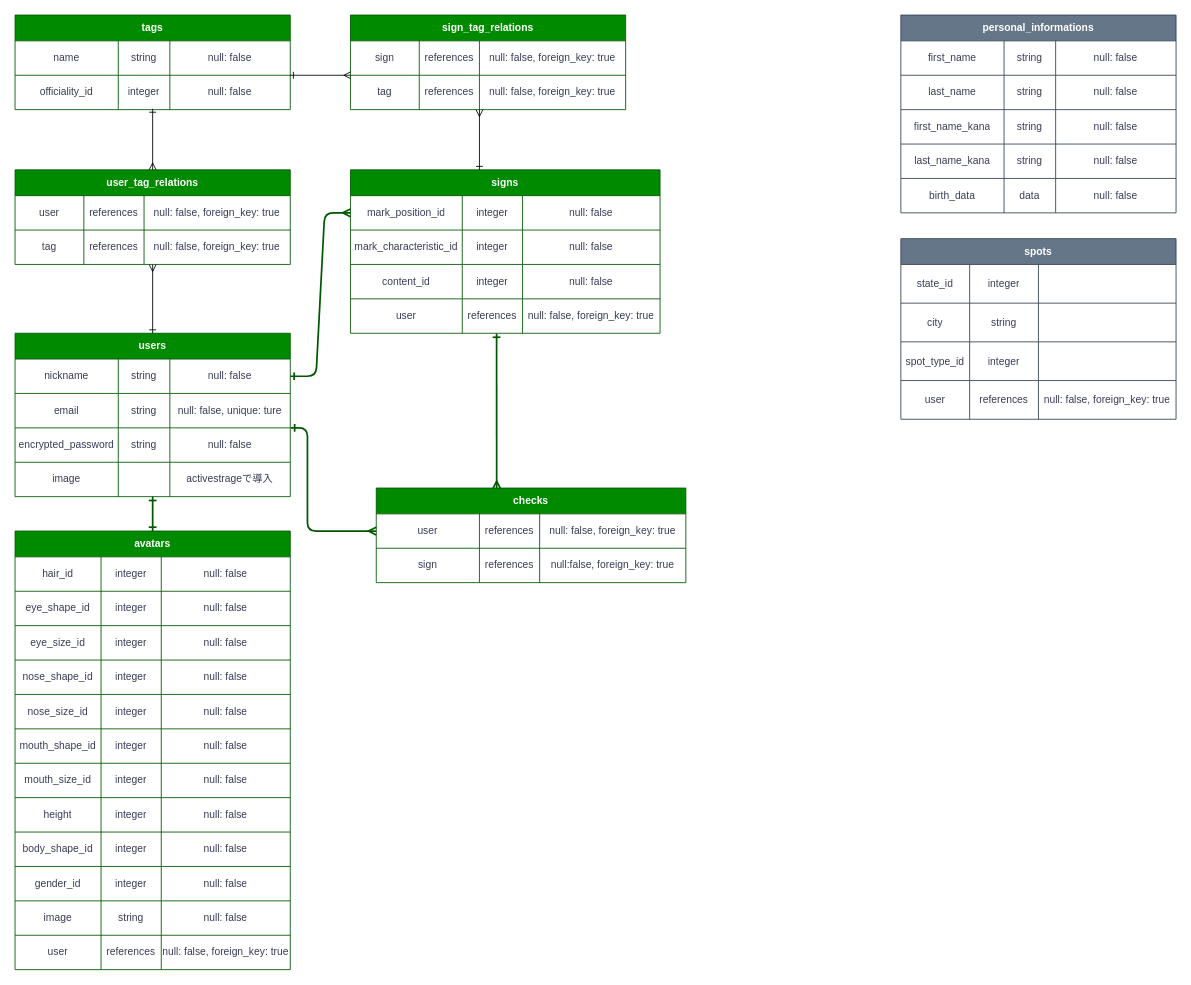
MinnaHajimehaTamago/talk_me keeps this draw.io diagram as database_ER.dio. Above is the earlier version. Source tidied: cells renumbered, new cells numbered last; positions are measured from the earlier drawing's top-left corner, leaving out a move shared by most shapes. Both pictures are drawn from the tidied source at 86%, with x=0, y=0 at pixel (15, 15).
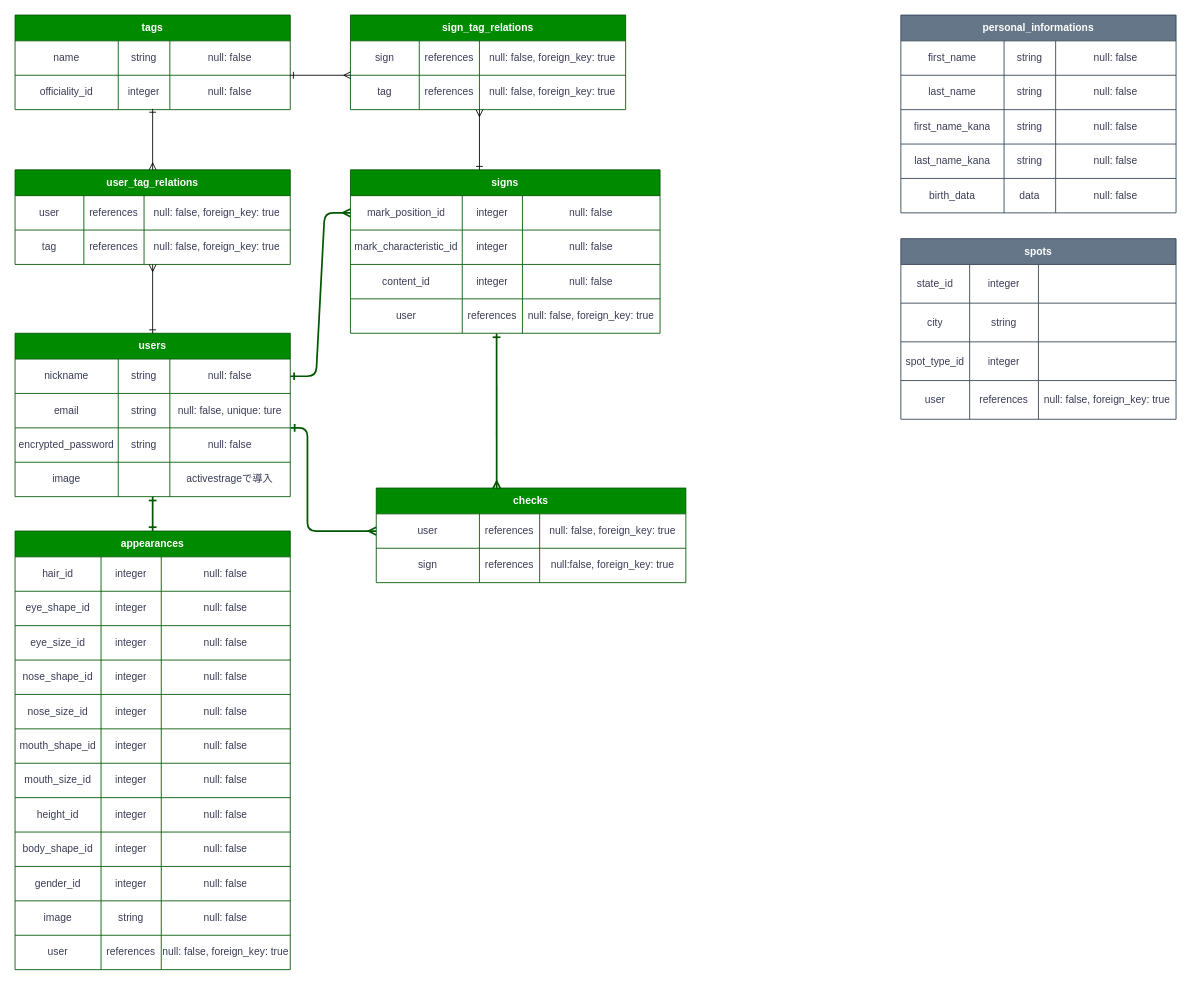
Above is the later version.

Unchanged cells that the change refers to:
```xml
<mxCell id="147" style="shape=partialRectangle;html=1;whiteSpace=wrap;fillColor=none;top=0;left=0;bottom=0;right=0;fontColor=#393C56;strokeColor=#E07A5F;labelBackgroundColor=none;" parent="118" vertex="1">
  <mxGeometry y="310" width="320" height="40" as="geometry" />
</mxCell>
```

The edit, as a diff of the source:
```diff
@@
-    <mxCell id="118" value="avatars" style="shape=table;html=1;whiteSpace=wrap;startSize=30;childLayout=tableLayout;fontStyle=1;align=center;strokeColor=#005700;fontColor=#ffffff;labelBackgroundColor=none;fillColor=#008a00;" parent="1" vertex="1">
+    <mxCell id="118" value="appearances" style="shape=table;html=1;whiteSpace=wrap;startSize=30;childLayout=tableLayout;fontStyle=1;align=center;strokeColor=#005700;fontColor=#ffffff;labelBackgroundColor=none;fillColor=#008a00;" parent="1" vertex="1">
       <mxGeometry y="600" width="320" height="510" as="geometry" />
     </mxCell>
@@
-    <mxCell id="148" value="height" style="shape=partialRectangle;html=1;whiteSpace=wrap;fillColor=none;top=0;left=0;bottom=0;right=0;overflow=hidden;fontColor=#393C56;strokeColor=#E07A5F;labelBackgroundColor=none;" parent="147" vertex="1">
+    <mxCell id="148" value="height_id" style="shape=partialRectangle;html=1;whiteSpace=wrap;fillColor=none;top=0;left=0;bottom=0;right=0;overflow=hidden;fontColor=#393C56;strokeColor=#E07A5F;labelBackgroundColor=none;" parent="147" vertex="1">
       <mxGeometry width="100" height="40" as="geometry" />
     </mxCell>
```
